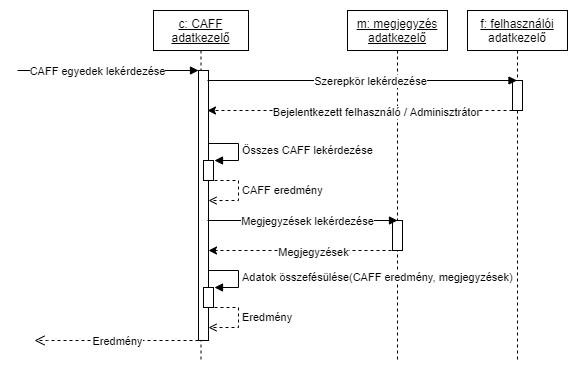
Before: doc/img/search_seq.png, a diagram exported from draw.io (amadehegedus/cool). Source tidied: cells renumbered, new cells last; positions are measured from the earlier drawing's top-left corner, leaving out a move shared by most shapes. Its diagram source:
```xml
<mxGraphModel>
  <root>
    <mxCell id="0" />
    <mxCell id="1" parent="0" />
    <mxCell id="2" value="&lt;u&gt;m: megjegyzés&lt;br&gt;adatkezelő&lt;/u&gt;" style="shape=umlLifeline;perimeter=lifelinePerimeter;whiteSpace=wrap;html=1;" parent="1" vertex="1">
      <mxGeometry x="330" width="100" height="350" as="geometry" />
    </mxCell>
    <mxCell id="3" style="html=1;points=[];perimeter=orthogonalPerimeter;" parent="2" vertex="1">
      <mxGeometry x="45" y="210" width="10" height="30" as="geometry" />
    </mxCell>
    <mxCell id="4" value="&lt;u&gt;f: felhasználói&lt;br&gt;&lt;/u&gt;adatkezelő" style="shape=umlLifeline;perimeter=lifelinePerimeter;whiteSpace=wrap;html=1;outlineConnect=0;" parent="1" vertex="1">
      <mxGeometry x="450" width="100" height="350" as="geometry" />
    </mxCell>
    <mxCell id="5" style="html=1;points=[];perimeter=orthogonalPerimeter;" parent="4" vertex="1">
      <mxGeometry x="45" y="70" width="10" height="30" as="geometry" />
    </mxCell>
    <mxCell id="6" style="edgeStyle=orthogonalEdgeStyle;rounded=0;jettySize=auto;html=1;dashed=1;" parent="1" edge="1" source="5">
      <mxGeometry relative="1" as="geometry">
        <mxPoint x="190" y="100" as="targetPoint" />
        <Array as="points">
          <mxPoint x="190" y="100" />
        </Array>
      </mxGeometry>
    </mxCell>
    <mxCell id="7" value="Bejelentkezett felhasználó / Adminisztrátor" style="edgeLabel;html=1;align=center;verticalAlign=middle;" parent="6" vertex="1">
      <mxGeometry x="-0.1" y="1" relative="1" as="geometry" />
    </mxCell>
    <mxCell id="8" value="&lt;u&gt;c: CAFF&lt;br&gt;adatkezelő&lt;br&gt;&lt;/u&gt;" style="shape=umlLifeline;perimeter=lifelinePerimeter;whiteSpace=wrap;html=1;" parent="1" vertex="1">
      <mxGeometry x="136" width="95" height="350" as="geometry" />
    </mxCell>
    <mxCell id="9" style="html=1;points=[];perimeter=orthogonalPerimeter;" parent="8" vertex="1">
      <mxGeometry x="45" y="60" width="10" height="270" as="geometry" />
    </mxCell>
    <mxCell id="10" value="CAFF egyedek lekérdezése" style="html=1;verticalAlign=bottom;endArrow=block;entryX=0;entryY=0;rounded=0;" parent="8" edge="1" target="9">
      <mxGeometry x="-0.12" y="-10" relative="1" as="geometry">
        <mxPoint x="-136" y="60" as="sourcePoint" />
      </mxGeometry>
    </mxCell>
    <mxCell id="11" value="CAFF eredmény" style="edgeStyle=orthogonalEdgeStyle;html=1;align=left;spacingLeft=2;endArrow=open;rounded=0;entryX=1;entryY=0.192;entryDx=0;entryDy=0;entryPerimeter=0;dashed=1;endFill=0;" parent="8" edge="1">
      <mxGeometry relative="1" as="geometry">
        <mxPoint x="55" y="170" as="sourcePoint" />
        <mxPoint x="55" y="190" as="targetPoint" />
        <Array as="points">
          <mxPoint x="85" y="170" />
          <mxPoint x="85" y="190" />
        </Array>
      </mxGeometry>
    </mxCell>
    <mxCell id="12" value="Összes CAFF lekérdezése" style="edgeStyle=orthogonalEdgeStyle;html=1;align=left;spacingLeft=2;endArrow=block;rounded=0;" parent="8" edge="1">
      <mxGeometry x="0.04" relative="1" as="geometry">
        <mxPoint x="55" y="133" as="sourcePoint" />
        <mxPoint x="61" y="150" as="targetPoint" />
        <Array as="points">
          <mxPoint x="85" y="133" />
          <mxPoint x="85" y="150" />
          <mxPoint x="61" y="150" />
        </Array>
      </mxGeometry>
    </mxCell>
    <mxCell id="13" style="html=1;perimeter=orthogonalPerimeter;" parent="8" vertex="1">
      <mxGeometry x="50" y="277" width="10" height="20" as="geometry" />
    </mxCell>
    <mxCell id="14" value="Adatok összefésülése(CAFF eredmény, megjegyzések)" style="edgeStyle=orthogonalEdgeStyle;html=1;align=left;spacingLeft=2;endArrow=block;rounded=0;" parent="8" edge="1">
      <mxGeometry x="0.04" relative="1" as="geometry">
        <mxPoint x="55" y="260" as="sourcePoint" />
        <mxPoint x="61" y="277" as="targetPoint" />
        <Array as="points">
          <mxPoint x="85" y="260" />
          <mxPoint x="85" y="277" />
          <mxPoint x="61" y="277" />
        </Array>
      </mxGeometry>
    </mxCell>
    <mxCell id="15" value="Eredmény" style="html=1;verticalAlign=bottom;endArrow=open;dashed=1;endSize=8;rounded=0;" parent="8" edge="1">
      <mxGeometry x="-0.01" y="10" relative="1" as="geometry">
        <mxPoint x="45" y="330" as="sourcePoint" />
        <mxPoint x="-119" y="330" as="targetPoint" />
        <Array as="points">
          <mxPoint x="-106" y="330" />
        </Array>
      </mxGeometry>
    </mxCell>
    <mxCell id="16" style="html=1;perimeter=orthogonalPerimeter;" parent="8" vertex="1">
      <mxGeometry x="50" y="150" width="10" height="20" as="geometry" />
    </mxCell>
    <mxCell id="17" value="Eredmény" style="edgeStyle=orthogonalEdgeStyle;html=1;align=left;spacingLeft=2;endArrow=open;rounded=0;entryX=1;entryY=0.192;entryDx=0;entryDy=0;entryPerimeter=0;dashed=1;endFill=0;" parent="8" edge="1">
      <mxGeometry relative="1" as="geometry">
        <mxPoint x="55" y="297" as="sourcePoint" />
        <mxPoint x="55" y="317" as="targetPoint" />
        <Array as="points">
          <mxPoint x="85" y="297" />
          <mxPoint x="85" y="317" />
        </Array>
      </mxGeometry>
    </mxCell>
    <mxCell id="18" style="edgeStyle=orthogonalEdgeStyle;rounded=0;orthogonalLoop=1;jettySize=auto;html=1;dashed=1;" parent="8" edge="1">
      <mxGeometry relative="1" as="geometry">
        <mxPoint x="244" y="240" as="sourcePoint" />
        <mxPoint x="55" y="240" as="targetPoint" />
        <Array as="points">
          <mxPoint x="55" y="240" />
        </Array>
      </mxGeometry>
    </mxCell>
    <mxCell id="19" value="Megjegyzések" style="edgeLabel;html=1;align=center;verticalAlign=middle;" parent="18" vertex="1">
      <mxGeometry x="-0.1" y="1" relative="1" as="geometry" />
    </mxCell>
    <mxCell id="20" value="Szerepkör lekérdezése" style="html=1;verticalAlign=bottom;endArrow=block;rounded=0;" parent="1" edge="1" target="4">
      <mxGeometry x="0.05" y="-10" relative="1" as="geometry">
        <mxPoint x="190" y="70" as="sourcePoint" />
      </mxGeometry>
    </mxCell>
    <mxCell id="21" value="Megjegyzések lekérdezése" style="html=1;verticalAlign=bottom;endArrow=block;rounded=0;entryX=0.5;entryY=0;entryDx=0;entryDy=0;entryPerimeter=0;" parent="1" edge="1" target="3">
      <mxGeometry x="0.05" y="-10" relative="1" as="geometry">
        <mxPoint x="190" y="210" as="sourcePoint" />
      </mxGeometry>
    </mxCell>
  </root>
</mxGraphModel>
```
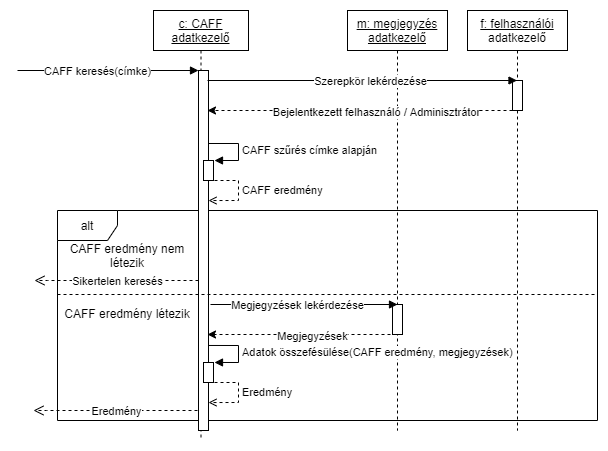
The same file after the commit.

What changed in the source:
```diff
@@ -2,14 +2,17 @@
   <root>
     <mxCell id="0" />
     <mxCell id="1" parent="0" />
+    <mxCell id="22" value="alt" style="shape=umlFrame;whiteSpace=wrap;html=1;" parent="1" vertex="1">
+      <mxGeometry x="40" y="200" width="540" height="210" as="geometry" />
+    </mxCell>
     <mxCell id="2" value="&lt;u&gt;m: megjegyzés&lt;br&gt;adatkezelő&lt;/u&gt;" style="shape=umlLifeline;perimeter=lifelinePerimeter;whiteSpace=wrap;html=1;" parent="1" vertex="1">
-      <mxGeometry x="330" width="100" height="350" as="geometry" />
+      <mxGeometry x="330" width="100" height="420" as="geometry" />
     </mxCell>
     <mxCell id="3" style="html=1;points=[];perimeter=orthogonalPerimeter;" parent="2" vertex="1">
-      <mxGeometry x="45" y="210" width="10" height="30" as="geometry" />
+      <mxGeometry x="45" y="294" width="10" height="30" as="geometry" />
     </mxCell>
     <mxCell id="4" value="&lt;u&gt;f: felhasználói&lt;br&gt;&lt;/u&gt;adatkezelő" style="shape=umlLifeline;perimeter=lifelinePerimeter;whiteSpace=wrap;html=1;outlineConnect=0;" parent="1" vertex="1">
-      <mxGeometry x="450" width="100" height="350" as="geometry" />
+      <mxGeometry x="450" width="100" height="420" as="geometry" />
     </mxCell>
     <mxCell id="5" style="html=1;points=[];perimeter=orthogonalPerimeter;" parent="4" vertex="1">
       <mxGeometry x="45" y="70" width="10" height="30" as="geometry" />
@@ -26,12 +29,12 @@
       <mxGeometry x="-0.1" y="1" relative="1" as="geometry" />
     </mxCell>
     <mxCell id="8" value="&lt;u&gt;c: CAFF&lt;br&gt;adatkezelő&lt;br&gt;&lt;/u&gt;" style="shape=umlLifeline;perimeter=lifelinePerimeter;whiteSpace=wrap;html=1;" parent="1" vertex="1">
-      <mxGeometry x="136" width="95" height="350" as="geometry" />
+      <mxGeometry x="136" width="95" height="430" as="geometry" />
     </mxCell>
     <mxCell id="9" style="html=1;points=[];perimeter=orthogonalPerimeter;" parent="8" vertex="1">
-      <mxGeometry x="45" y="60" width="10" height="270" as="geometry" />
+      <mxGeometry x="45" y="60" width="10" height="360" as="geometry" />
     </mxCell>
-    <mxCell id="10" value="CAFF egyedek lekérdezése" style="html=1;verticalAlign=bottom;endArrow=block;entryX=0;entryY=0;rounded=0;" parent="8" edge="1" target="9">
+    <mxCell id="10" value="CAFF keresés(címke)" style="html=1;verticalAlign=bottom;endArrow=block;entryX=0;entryY=0;rounded=0;" parent="8" edge="1" target="9">
       <mxGeometry x="-0.12" y="-10" relative="1" as="geometry">
         <mxPoint x="-136" y="60" as="sourcePoint" />
       </mxGeometry>
@@ -46,7 +49,7 @@
         </Array>
       </mxGeometry>
     </mxCell>
-    <mxCell id="12" value="Összes CAFF lekérdezése" style="edgeStyle=orthogonalEdgeStyle;html=1;align=left;spacingLeft=2;endArrow=block;rounded=0;" parent="8" edge="1">
+    <mxCell id="12" value="CAFF szűrés címke alapján" style="edgeStyle=orthogonalEdgeStyle;html=1;align=left;spacingLeft=2;endArrow=block;rounded=0;" parent="8" edge="1">
       <mxGeometry x="0.04" relative="1" as="geometry">
         <mxPoint x="55" y="133" as="sourcePoint" />
         <mxPoint x="61" y="150" as="targetPoint" />
@@ -58,25 +61,25 @@
       </mxGeometry>
     </mxCell>
     <mxCell id="13" style="html=1;perimeter=orthogonalPerimeter;" parent="8" vertex="1">
-      <mxGeometry x="50" y="277" width="10" height="20" as="geometry" />
+      <mxGeometry x="50" y="352" width="10" height="20" as="geometry" />
     </mxCell>
     <mxCell id="14" value="Adatok összefésülése(CAFF eredmény, megjegyzések)" style="edgeStyle=orthogonalEdgeStyle;html=1;align=left;spacingLeft=2;endArrow=block;rounded=0;" parent="8" edge="1">
       <mxGeometry x="0.04" relative="1" as="geometry">
-        <mxPoint x="55" y="260" as="sourcePoint" />
-        <mxPoint x="61" y="277" as="targetPoint" />
+        <mxPoint x="55" y="335" as="sourcePoint" />
+        <mxPoint x="61" y="352" as="targetPoint" />
         <Array as="points">
-          <mxPoint x="85" y="260" />
-          <mxPoint x="85" y="277" />
-          <mxPoint x="61" y="277" />
+          <mxPoint x="85" y="335" />
+          <mxPoint x="85" y="352" />
+          <mxPoint x="61" y="352" />
         </Array>
       </mxGeometry>
     </mxCell>
-    <mxCell id="15" value="Eredmény" style="html=1;verticalAlign=bottom;endArrow=open;dashed=1;endSize=8;rounded=0;" parent="8" edge="1">
+    <mxCell id="15" value="Sikertelen keresés" style="html=1;verticalAlign=bottom;endArrow=open;dashed=1;endSize=8;rounded=0;" parent="8" edge="1">
       <mxGeometry x="-0.01" y="10" relative="1" as="geometry">
-        <mxPoint x="45" y="330" as="sourcePoint" />
-        <mxPoint x="-119" y="330" as="targetPoint" />
+        <mxPoint x="45" y="270" as="sourcePoint" />
+        <mxPoint x="-119" y="270" as="targetPoint" />
         <Array as="points">
-          <mxPoint x="-106" y="330" />
+          <mxPoint x="-106" y="270" />
         </Array>
       </mxGeometry>
     </mxCell>
@@ -85,35 +88,54 @@
     </mxCell>
     <mxCell id="17" value="Eredmény" style="edgeStyle=orthogonalEdgeStyle;html=1;align=left;spacingLeft=2;endArrow=open;rounded=0;entryX=1;entryY=0.192;entryDx=0;entryDy=0;entryPerimeter=0;dashed=1;endFill=0;" parent="8" edge="1">
       <mxGeometry relative="1" as="geometry">
-        <mxPoint x="55" y="297" as="sourcePoint" />
-        <mxPoint x="55" y="317" as="targetPoint" />
+        <mxPoint x="55" y="372" as="sourcePoint" />
+        <mxPoint x="55" y="392" as="targetPoint" />
         <Array as="points">
-          <mxPoint x="85" y="297" />
-          <mxPoint x="85" y="317" />
+          <mxPoint x="85" y="372" />
+          <mxPoint x="85" y="392" />
         </Array>
       </mxGeometry>
     </mxCell>
+    <mxCell id="20" value="Szerepkör lekérdezése" style="html=1;verticalAlign=bottom;endArrow=block;rounded=0;" parent="1" edge="1" target="4">
+      <mxGeometry x="0.05" y="-10" relative="1" as="geometry">
+        <mxPoint x="190" y="70" as="sourcePoint" />
+      </mxGeometry>
+    </mxCell>
+    <mxCell id="21" value="Megjegyzések lekérdezése" style="html=1;verticalAlign=bottom;endArrow=block;rounded=0;entryX=0.5;entryY=0;entryDx=0;entryDy=0;entryPerimeter=0;" parent="1" edge="1">
+      <mxGeometry x="-0.07" y="-10" relative="1" as="geometry">
+        <mxPoint x="193" y="294" as="sourcePoint" />
+        <mxPoint x="380" y="294" as="targetPoint" />
+      </mxGeometry>
+    </mxCell>
+    <mxCell id="23" style="line;strokeWidth=1;fillColor=none;align=left;verticalAlign=middle;spacingTop=-1;spacingLeft=3;spacingRight=3;labelPosition=right;dashed=1;" parent="1" vertex="1">
+      <mxGeometry x="40" y="280" width="540" height="8" as="geometry" />
+    </mxCell>
+    <mxCell id="24" value="CAFF eredmény nem létezik" style="text;html=1;strokeColor=none;fillColor=none;align=center;verticalAlign=middle;whiteSpace=wrap;rounded=0;dashed=1;" parent="1" vertex="1">
+      <mxGeometry x="40" y="230" width="140" height="30" as="geometry" />
+    </mxCell>
-    <mxCell id="18" style="edgeStyle=orthogonalEdgeStyle;rounded=0;orthogonalLoop=1;jettySize=auto;html=1;dashed=1;" parent="8" edge="1">
+    <mxCell id="18" style="edgeStyle=orthogonalEdgeStyle;rounded=0;orthogonalLoop=1;jettySize=auto;html=1;dashed=1;" parent="1" edge="1">
       <mxGeometry relative="1" as="geometry">
-        <mxPoint x="244" y="240" as="sourcePoint" />
-        <mxPoint x="55" y="240" as="targetPoint" />
+        <mxPoint x="379" y="324" as="sourcePoint" />
+        <mxPoint x="190" y="324" as="targetPoint" />
         <Array as="points">
-          <mxPoint x="55" y="240" />
+          <mxPoint x="190" y="324" />
         </Array>
       </mxGeometry>
     </mxCell>
     <mxCell id="19" value="Megjegyzések" style="edgeLabel;html=1;align=center;verticalAlign=middle;" parent="18" vertex="1">
       <mxGeometry x="-0.1" y="1" relative="1" as="geometry" />
     </mxCell>
-    <mxCell id="20" value="Szerepkör lekérdezése" style="html=1;verticalAlign=bottom;endArrow=block;rounded=0;" parent="1" edge="1" target="4">
-      <mxGeometry x="0.05" y="-10" relative="1" as="geometry">
-        <mxPoint x="190" y="70" as="sourcePoint" />
-      </mxGeometry>
-    </mxCell>
-    <mxCell id="21" value="Megjegyzések lekérdezése" style="html=1;verticalAlign=bottom;endArrow=block;rounded=0;entryX=0.5;entryY=0;entryDx=0;entryDy=0;entryPerimeter=0;" parent="1" edge="1" target="3">
-      <mxGeometry x="0.05" y="-10" relative="1" as="geometry">
-        <mxPoint x="190" y="210" as="sourcePoint" />
-      </mxGeometry>
-    </mxCell>
+    <mxCell id="25" value="Eredmény" style="html=1;verticalAlign=bottom;endArrow=open;dashed=1;endSize=8;rounded=0;" parent="1" edge="1">
+      <mxGeometry x="-0.01" y="10" relative="1" as="geometry">
+        <mxPoint x="180" y="400" as="sourcePoint" />
+        <mxPoint x="16" y="400" as="targetPoint" />
+        <Array as="points">
+          <mxPoint x="29" y="400" />
+        </Array>
+      </mxGeometry>
+    </mxCell>
+    <mxCell id="26" value="CAFF eredmény létezik" style="text;html=1;strokeColor=none;fillColor=none;align=center;verticalAlign=middle;whiteSpace=wrap;rounded=0;dashed=1;" parent="1" vertex="1">
+      <mxGeometry x="40" y="288" width="140" height="30" as="geometry" />
+    </mxCell>
   </root>
 </mxGraphModel>
```
